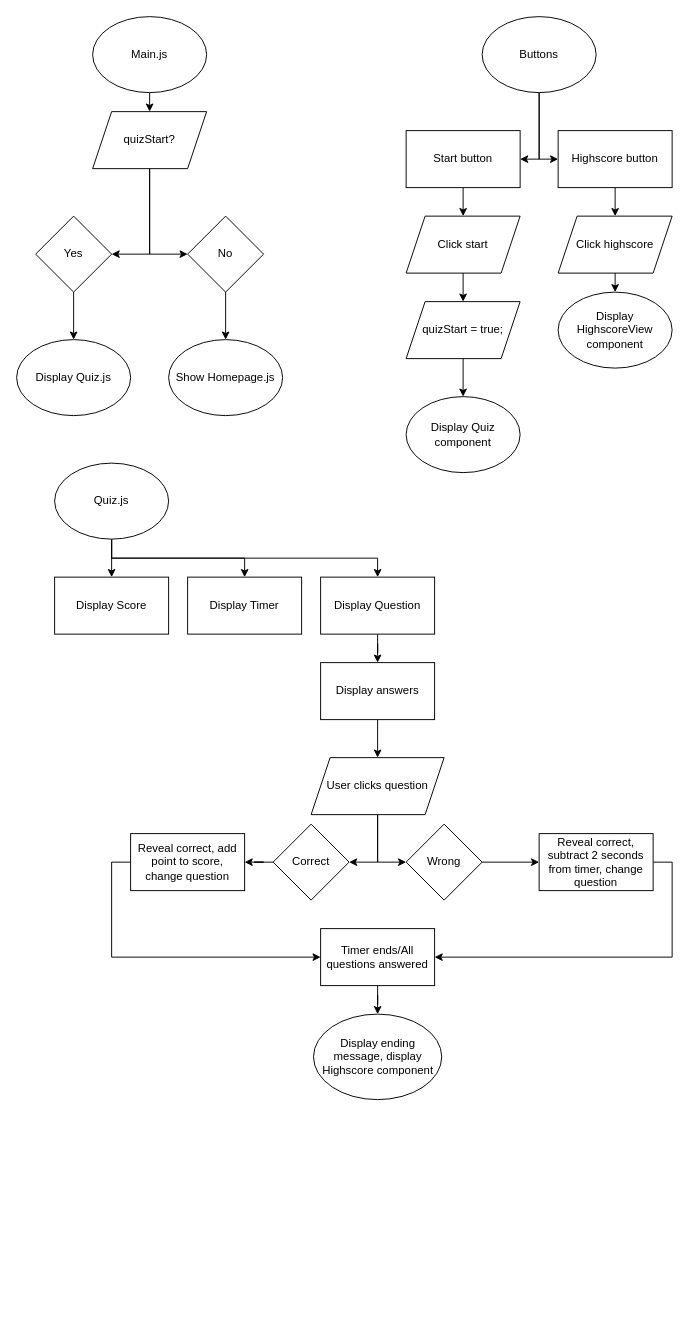
This is page "Logic" (2 of 2) of React-Quiz-Diagram.drawio from Joeseff6/React-Quiz, a draw.io file, before an edit. Source tidied: cells renumbered, new cells numbered last; positions are measured from the earlier drawing's top-left corner, leaving out a move shared by most shapes. Both pictures are drawn from the tidied source at 95%, with x=0, y=0 at pixel (16, 16).
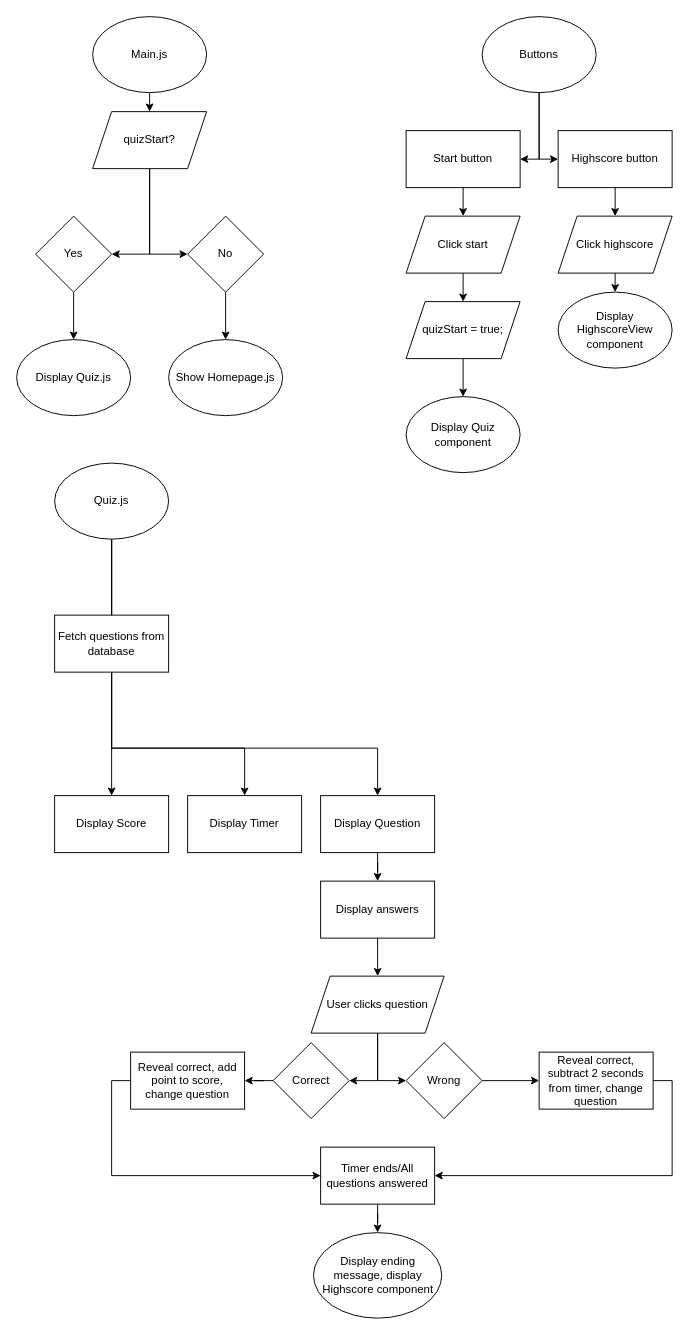
After the change.

Commit message:
Updated Quiz logic

Unchanged cells that the change refers to:
```xml
<mxCell id="31" value="Quiz.js" style="ellipse;whiteSpace=wrap;html=1;" parent="1" vertex="1">
  <mxGeometry x="40" y="470" width="120" height="80" as="geometry" />
</mxCell>
```

The edit, as a diff of the source:
```diff
@@
     <mxCell id="28" style="edgeStyle=orthogonalEdgeStyle;rounded=0;jettySize=auto;html=1;exitX=0.5;exitY=1;exitDx=0;exitDy=0;" parent="1" edge="1" source="31" target="33">
-      <mxGeometry relative="1" as="geometry" />
+      <mxGeometry relative="1" as="geometry">
+        <Array as="points">
+          <mxPoint x="100" y="770" />
+          <mxPoint x="380" y="770" />
+        </Array>
+      </mxGeometry>
     </mxCell>
@@
-    <mxCell id="30" style="edgeStyle=orthogonalEdgeStyle;rounded=0;jettySize=auto;html=1;exitX=0.5;exitY=1;exitDx=0;exitDy=0;" parent="1" edge="1" source="31" target="37">
-      <mxGeometry relative="1" as="geometry" />
+    <mxCell id="30" style="edgeStyle=orthogonalEdgeStyle;rounded=0;jettySize=auto;html=1;exitX=0.5;exitY=1;exitDx=0;exitDy=0;startArrow=none;" parent="1" edge="1" source="52" target="37">
+      <mxGeometry relative="1" as="geometry">
+        <Array as="points">
+          <mxPoint x="100" y="770" />
+          <mxPoint x="240" y="770" />
+        </Array>
+      </mxGeometry>
     </mxCell>
@@
     <mxCell id="33" value="Display Question" style="rounded=0;whiteSpace=wrap;html=1;direction=west;" parent="1" vertex="1">
-      <mxGeometry x="320" y="590" width="120" height="60" as="geometry" />
+      <mxGeometry x="320" y="820" width="120" height="60" as="geometry" />
     </mxCell>
@@
     <mxCell id="35" value="Display answers" style="whiteSpace=wrap;html=1;rounded=0;" parent="1" vertex="1">
-      <mxGeometry x="320" y="680" width="120" height="60" as="geometry" />
+      <mxGeometry x="320" y="910" width="120" height="60" as="geometry" />
     </mxCell>
     <mxCell id="36" value="Display Score" style="whiteSpace=wrap;html=1;" parent="1" vertex="1">
-      <mxGeometry x="40" y="590" width="120" height="60" as="geometry" />
+      <mxGeometry x="40" y="820" width="120" height="60" as="geometry" />
     </mxCell>
     <mxCell id="37" value="Display Timer" style="whiteSpace=wrap;html=1;" parent="1" vertex="1">
-      <mxGeometry x="180" y="590" width="120" height="60" as="geometry" />
+      <mxGeometry x="180" y="820" width="120" height="60" as="geometry" />
     </mxCell>
@@
     <mxCell id="40" value="User clicks question" style="shape=parallelogram;perimeter=parallelogramPerimeter;whiteSpace=wrap;html=1;fixedSize=1;" parent="1" vertex="1">
-      <mxGeometry x="310" y="780" width="140" height="60" as="geometry" />
+      <mxGeometry x="310" y="1010" width="140" height="60" as="geometry" />
     </mxCell>
@@
     <mxCell id="42" value="Correct" style="rhombus;whiteSpace=wrap;html=1;" parent="1" vertex="1">
-      <mxGeometry x="270" y="850" width="80" height="80" as="geometry" />
+      <mxGeometry x="270" y="1080" width="80" height="80" as="geometry" />
     </mxCell>
@@
     <mxCell id="44" value="Wrong" style="rhombus;whiteSpace=wrap;html=1;" parent="1" vertex="1">
-      <mxGeometry x="410" y="850" width="80" height="80" as="geometry" />
+      <mxGeometry x="410" y="1080" width="80" height="80" as="geometry" />
     </mxCell>
@@
     <mxCell id="46" value="Reveal correct, add point to score, change question" style="whiteSpace=wrap;html=1;" parent="1" vertex="1">
-      <mxGeometry x="120" y="860" width="120" height="60" as="geometry" />
+      <mxGeometry x="120" y="1090" width="120" height="60" as="geometry" />
     </mxCell>
@@
     <mxCell id="48" value="Reveal correct, subtract 2 seconds from timer, change question" style="whiteSpace=wrap;html=1;" parent="1" vertex="1">
-      <mxGeometry x="550" y="860" width="120" height="60" as="geometry" />
+      <mxGeometry x="550" y="1090" width="120" height="60" as="geometry" />
     </mxCell>
@@
     <mxCell id="50" value="Timer ends/All questions answered" style="rounded=0;whiteSpace=wrap;html=1;" parent="1" vertex="1">
-      <mxGeometry x="320" y="960" width="120" height="60" as="geometry" />
+      <mxGeometry x="320" y="1190" width="120" height="60" as="geometry" />
     </mxCell>
     <mxCell id="51" value="Display ending message, display Highscore component" style="ellipse;whiteSpace=wrap;html=1;" parent="1" vertex="1">
-      <mxGeometry x="312.5" y="1050" width="135" height="90" as="geometry" />
+      <mxGeometry x="312.5" y="1280" width="135" height="90" as="geometry" />
     </mxCell>
+    <mxCell id="52" value="Fetch questions from database" style="rounded=0;whiteSpace=wrap;html=1;" parent="1" vertex="1">
+      <mxGeometry x="40" y="630" width="120" height="60" as="geometry" />
+    </mxCell>
+    <mxCell id="53" style="edgeStyle=orthogonalEdgeStyle;rounded=0;jettySize=auto;html=1;exitX=0.5;exitY=1;exitDx=0;exitDy=0;endArrow=none;" parent="1" edge="1" source="31" target="52">
+      <mxGeometry relative="1" as="geometry" />
+    </mxCell>
```
